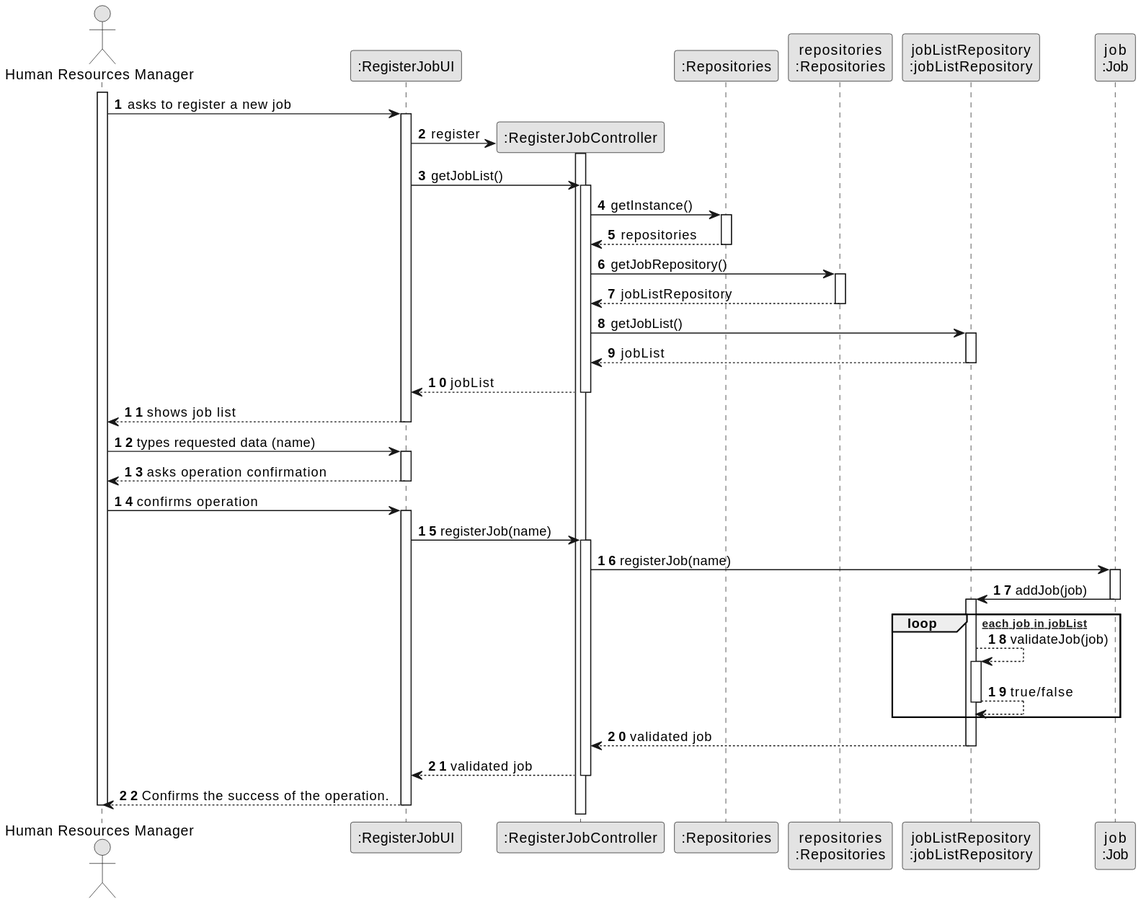
The PlantUML diagram docs/sprintB/us002/03.design/svg/us002-sequence-diagram-full.svg in SAEmanuel/Green_Spaces_Management_ISEP, before a commit.
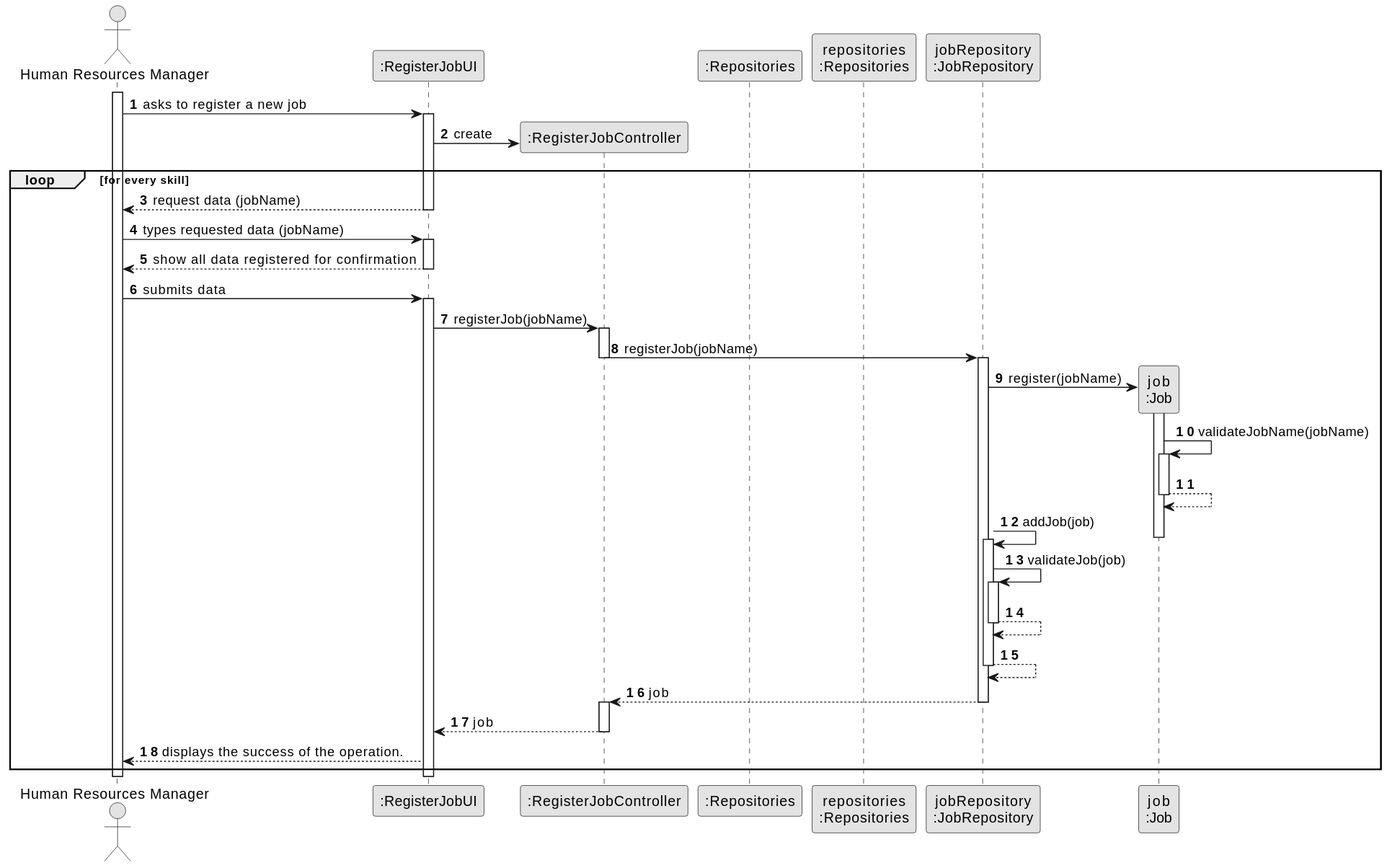
Above is the later version.

Commit message:
US2 - SD full, split, partial and readme

What changed in the source:
```diff
@@ -10,79 +10,72 @@
 participant ":RegisterJobController" as CTRL
 participant ":Repositories" as RepositorySingleton
 participant "repositories\n:Repositories" as PLAT
-participant "jobListRepository\n:jobListRepository" as jobRepository
+participant "jobRepository\n:JobRepository" as jobRepository
 participant "job\n:Job" as EMPREGO
 
 activate HRM
 
-HRM -> UI : asks to register a new job
-activate UI
-
-UI -> CTRL** : register
-activate CTRL
-
-UI -> CTRL : getJobList()
-activate CTRL
-
-CTRL -> RepositorySingleton : getInstance()
-activate RepositorySingleton
-
-RepositorySingleton --> CTRL: repositories
-deactivate RepositorySingleton
-
-CTRL -> PLAT : getJobRepository()
-activate PLAT
-
-PLAT --> CTRL: jobListRepository
-deactivate PLAT
-
-CTRL -> jobRepository : getJobList()
-activate jobRepository
-
-jobRepository --> CTRL : jobList
-deactivate jobRepository
-
-CTRL --> UI : jobList
-deactivate CTRL
-
-UI --> HRM : shows job list
-deactivate UI
-
-HRM -> UI : types requested data (name)
-activate UI
-
-UI --> HRM : asks operation confirmation
-deactivate UI
-
-HRM -> UI : confirms operation
-activate UI
-
-UI -> CTRL : registerJob(name)
-activate CTRL
-
-CTRL -> EMPREGO: registerJob(name)
-activate EMPREGO
+        HRM -> UI : asks to register a new job
 
 
-EMPREGO -> jobRepository: addJob(job)
-deactivate EMPREGO
-activate jobRepository
+        activate UI
 
-loop [for each job in jobList]
-    jobRepository --> jobRepository: validateJob(job)
-    activate jobRepository
-        jobRepository --> jobRepository: true/false
-    deactivate jobRepository
+        UI -> CTRL** : create
+
+
+loop for every skill
+            UI --> HRM : request data (jobName)
+        deactivate UI
+
+
+    HRM -> UI : types requested data (jobName)
+    activate UI
+
+        UI --> HRM : show all data registered  for confirmation
+        deactivate UI
+
+        HRM -> UI : submits data
+            activate UI
+
+
+            UI -> CTRL : registerJob(jobName)
+            activate CTRL
+
+
+                CTRL -> jobRepository: registerJob(jobName)
+                deactivate CTRL
+                activate jobRepository
+
+
+
+                jobRepository -> EMPREGO**: register(jobName)
+
+                activate EMPREGO
+
+                    EMPREGO -> EMPREGO : validateJobName(jobName)
+                    activate EMPREGO
+                        EMPREGO --> EMPREGO
+                deactivate EMPREGO
+                                    jobRepository -> jobRepository: addJob(job)
+                deactivate EMPREGO
+                                    activate jobRepository
+                                        jobRepository -> jobRepository: validateJob(job)
+
+                                        activate jobRepository
+                                            jobRepository --> jobRepository
+                                        deactivate jobRepository
+
+                                        jobRepository --> jobRepository
+                                    deactivate jobRepository
+
+                                    jobRepository --> CTRL : job
+                                    deactivate jobRepository
+                                    activate CTRL
+
+                CTRL --> UI: job
+                deactivate CTRL
+                UI --> HRM: displays the success of the operation.
 end
-
-jobRepository --> CTRL : validated job
-deactivate jobRepository
-
-CTRL --> UI: validated job
-deactivate CTRL
-
-UI --> HRM: Confirms the success of the operation.
-deactivate UI
-
-deactivate HRM
+        deactivate UI
+    deactivate HRM
 @enduml
```
